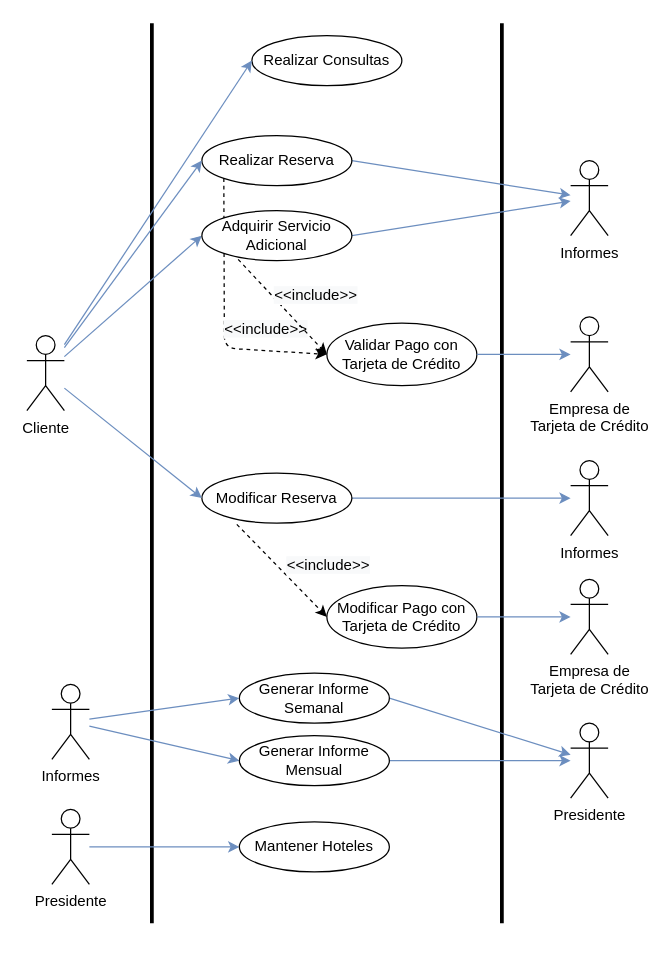
Above: TP2/diagramas/casos de uso/diag.drawio in mauro7x/aninfo (draw.io), before the change. Source tidied: cells renumbered, new cells numbered last; positions are measured from the earlier drawing's top-left corner, leaving out a move shared by most shapes. Both pictures are drawn from the tidied source at 125%, with x=0, y=0 at pixel (26, 22).
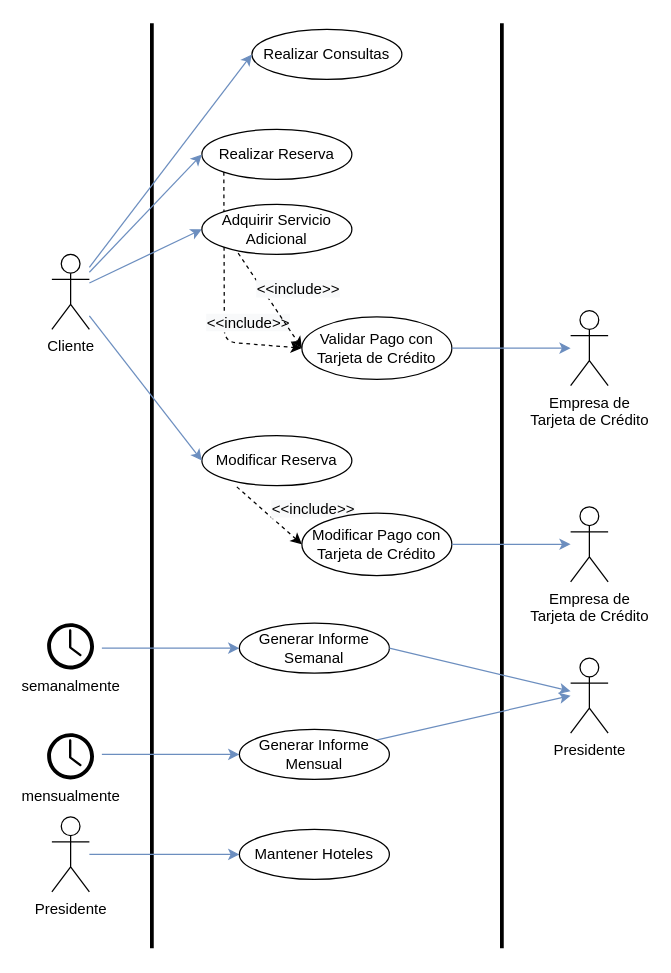
After the change.

Change to the diagram source:
```diff
@@
     <mxCell id="2" style="endArrow=none;html=1;strokeWidth=3;" parent="1" edge="1">
       <mxGeometry relative="1" as="geometry">
-        <mxPoint x="100" y="720" as="sourcePoint" />
+        <mxPoint x="100" y="740" as="sourcePoint" />
         <mxPoint x="100" as="targetPoint" />
       </mxGeometry>
     </mxCell>
     <mxCell id="3" style="endArrow=none;html=1;strokeWidth=3;" parent="1" edge="1">
       <mxGeometry relative="1" as="geometry">
-        <mxPoint x="380" y="720" as="sourcePoint" />
+        <mxPoint x="380" y="740" as="sourcePoint" />
         <mxPoint x="380" as="targetPoint" />
       </mxGeometry>
     </mxCell>
@@
     <mxCell id="5" value="Cliente" style="shape=umlActor;verticalLabelPosition=bottom;verticalAlign=top;html=1;outlineConnect=0;" parent="1" vertex="1">
-      <mxGeometry y="250" width="30" height="60" as="geometry" />
+      <mxGeometry x="20" y="185" width="30" height="60" as="geometry" />
     </mxCell>
     <mxCell id="6" value="Realizar Consultas" style="ellipse;whiteSpace=wrap;html=1;strokeWidth=1;fontSize=12;" parent="1" vertex="1">
-      <mxGeometry x="180" y="10" width="120" height="40" as="geometry" />
+      <mxGeometry x="180" y="5" width="120" height="40" as="geometry" />
     </mxCell>
@@
-    <mxCell id="8" style="edgeStyle=none;jettySize=auto;html=1;exitX=1;exitY=0.5;exitDx=0;exitDy=0;strokeColor=#6c8ebf;strokeWidth=1;fillColor=#dae8fc;fontSize=14;" parent="1" edge="1" source="9" target="21">
-      <mxGeometry relative="1" as="geometry" />
-    </mxCell>
     <mxCell id="9" value="Realizar Reserva" style="ellipse;whiteSpace=wrap;html=1;strokeWidth=1;fontSize=12;" parent="1" vertex="1">
-      <mxGeometry x="140" y="90" width="120" height="40" as="geometry" />
+      <mxGeometry x="140" y="85" width="120" height="40" as="geometry" />
     </mxCell>
@@
-    <mxCell id="11" style="edgeStyle=none;jettySize=auto;html=1;exitX=1;exitY=0.5;exitDx=0;exitDy=0;strokeColor=#6c8ebf;strokeWidth=1;fillColor=#dae8fc;fontSize=14;" parent="1" edge="1" source="12" target="32">
-      <mxGeometry relative="1" as="geometry" />
-    </mxCell>
     <mxCell id="12" value="Modificar Reserva" style="ellipse;whiteSpace=wrap;html=1;strokeWidth=1;fontSize=12;" parent="1" vertex="1">
-      <mxGeometry x="140" y="360" width="120" height="40" as="geometry" />
+      <mxGeometry x="140" y="330" width="120" height="40" as="geometry" />
     </mxCell>
@@
     <mxCell id="14" value="Validar Pago con Tarjeta de Crédito" style="ellipse;whiteSpace=wrap;html=1;strokeWidth=1;fontSize=12;" parent="1" vertex="1">
-      <mxGeometry x="240" y="240" width="120" height="50" as="geometry" />
+      <mxGeometry x="220" y="235" width="120" height="50" as="geometry" />
     </mxCell>
     <mxCell id="15" value="Empresa de&lt;br&gt;Tarjeta de Crédito" style="shape=umlActor;verticalLabelPosition=bottom;verticalAlign=top;html=1;outlineConnect=0;" parent="1" vertex="1">
-      <mxGeometry x="435" y="445" width="30" height="60" as="geometry" />
+      <mxGeometry x="435" y="386.9" width="30" height="60" as="geometry" />
     </mxCell>
     <mxCell id="16" style="endArrow=classic;html=1;exitX=0;exitY=1;exitDx=0;exitDy=0;entryX=0;entryY=0.5;entryDx=0;entryDy=0;dashed=1;" parent="1" edge="1" source="9" target="14">
       <mxGeometry relative="1" as="geometry">
         <Array as="points">
-          <mxPoint x="158" y="260" />
+          <mxPoint x="158" y="255" />
         </Array>
       </mxGeometry>
     </mxCell>
@@
-    <mxCell id="19" style="edgeStyle=none;jettySize=auto;html=1;exitX=1;exitY=0.5;exitDx=0;exitDy=0;strokeColor=#6c8ebf;strokeWidth=1;fillColor=#dae8fc;fontSize=14;" parent="1" edge="1" source="20" target="21">
-      <mxGeometry relative="1" as="geometry" />
-    </mxCell>
     <mxCell id="20" value="Adquirir Servicio&lt;br&gt;Adicional" style="ellipse;whiteSpace=wrap;html=1;strokeWidth=1;fontSize=12;" parent="1" vertex="1">
-      <mxGeometry x="140" y="150" width="120" height="40" as="geometry" />
+      <mxGeometry x="140" y="145" width="120" height="40" as="geometry" />
     </mxCell>
-    <mxCell id="21" value="Informes" style="shape=umlActor;verticalLabelPosition=bottom;verticalAlign=top;html=1;outlineConnect=0;" parent="1" vertex="1">
-      <mxGeometry x="435" y="110" width="30" height="60" as="geometry" />
-    </mxCell>
-    <mxCell id="22" value="Presidente" style="shape=umlActor;verticalLabelPosition=bottom;verticalAlign=top;html=1;outlineConnect=0;" parent="1" vertex="1">
-      <mxGeometry x="435" y="560" width="30" height="60" as="geometry" />
-    </mxCell>
-    <mxCell id="23" style="edgeStyle=none;jettySize=auto;html=1;strokeColor=#6c8ebf;strokeWidth=1;fillColor=#dae8fc;fontSize=14;entryX=0;entryY=0.5;entryDx=0;entryDy=0;" parent="1" edge="1" source="33" target="25">
-      <mxGeometry relative="1" as="geometry" />
+    <mxCell id="23" style="edgeStyle=none;jettySize=auto;html=1;strokeColor=#6c8ebf;strokeWidth=1;fillColor=#dae8fc;fontSize=14;entryX=0;entryY=0.5;entryDx=0;entryDy=0;" parent="1" edge="1" target="25">
+      <mxGeometry relative="1" as="geometry">
+        <mxPoint x="60" y="585" as="sourcePoint" />
+      </mxGeometry>
     </mxCell>
-    <mxCell id="24" style="edgeStyle=none;jettySize=auto;html=1;exitX=1;exitY=0.5;exitDx=0;exitDy=0;strokeColor=#6c8ebf;strokeWidth=1;fillColor=#dae8fc;fontSize=14;" parent="1" edge="1" source="25" target="22">
+    <mxCell id="24" style="edgeStyle=none;jettySize=auto;html=1;strokeColor=#6c8ebf;strokeWidth=1;fillColor=#dae8fc;fontSize=14;entryX=0;entryY=0.5;entryDx=0;entryDy=0;" parent="1" edge="1" source="25" target="22">
       <mxGeometry relative="1" as="geometry" />
     </mxCell>
     <mxCell id="25" value="Generar Informe&lt;br&gt;Mensual" style="ellipse;whiteSpace=wrap;html=1;strokeWidth=1;fontSize=12;" parent="1" vertex="1">
-      <mxGeometry x="170" y="570" width="120" height="40" as="geometry" />
+      <mxGeometry x="170" y="565" width="120" height="40" as="geometry" />
     </mxCell>
-    <mxCell id="26" style="edgeStyle=none;jettySize=auto;html=1;entryX=0;entryY=0.5;entryDx=0;entryDy=0;strokeColor=#6c8ebf;strokeWidth=1;fillColor=#dae8fc;fontSize=14;" parent="1" edge="1" source="33" target="28">
-      <mxGeometry relative="1" as="geometry" />
+    <mxCell id="26" style="edgeStyle=none;jettySize=auto;html=1;entryX=0;entryY=0.5;entryDx=0;entryDy=0;strokeColor=#6c8ebf;strokeWidth=1;fillColor=#dae8fc;fontSize=14;" parent="1" edge="1" target="28">
+      <mxGeometry relative="1" as="geometry">
+        <mxPoint x="60" y="500" as="sourcePoint" />
+      </mxGeometry>
     </mxCell>
-    <mxCell id="27" style="edgeStyle=none;jettySize=auto;html=1;exitX=1;exitY=0.5;exitDx=0;exitDy=0;strokeColor=#6c8ebf;strokeWidth=1;fillColor=#dae8fc;fontSize=14;" parent="1" edge="1" source="28" target="22">
-      <mxGeometry relative="1" as="geometry" />
-    </mxCell>
     <mxCell id="28" value="Generar Informe&lt;br&gt;Semanal" style="ellipse;whiteSpace=wrap;html=1;strokeWidth=1;fontSize=12;" parent="1" vertex="1">
-      <mxGeometry x="170" y="520" width="120" height="40" as="geometry" />
+      <mxGeometry x="170" y="480" width="120" height="40" as="geometry" />
     </mxCell>
@@
     <mxCell id="30" value="Presidente" style="shape=umlActor;verticalLabelPosition=bottom;verticalAlign=top;html=1;outlineConnect=0;" parent="1" vertex="1">
-      <mxGeometry x="20" y="629" width="30" height="60" as="geometry" />
+      <mxGeometry x="20" y="635" width="30" height="60" as="geometry" />
     </mxCell>
     <mxCell id="31" value="Mantener Hoteles" style="ellipse;whiteSpace=wrap;html=1;strokeWidth=1;fontSize=12;" parent="1" vertex="1">
-      <mxGeometry x="170" y="639" width="120" height="40" as="geometry" />
+      <mxGeometry x="170" y="645" width="120" height="40" as="geometry" />
     </mxCell>
-    <mxCell id="32" value="Informes" style="shape=umlActor;verticalLabelPosition=bottom;verticalAlign=top;html=1;outlineConnect=0;" parent="1" vertex="1">
-      <mxGeometry x="435" y="350" width="30" height="60" as="geometry" />
-    </mxCell>
-    <mxCell id="33" value="Informes" style="shape=umlActor;verticalLabelPosition=bottom;verticalAlign=top;html=1;outlineConnect=0;" parent="1" vertex="1">
-      <mxGeometry x="20" y="529" width="30" height="60" as="geometry" />
-    </mxCell>
@@
     <mxCell id="36" value="Modificar Pago con Tarjeta de Crédito" style="ellipse;whiteSpace=wrap;html=1;strokeWidth=1;fontSize=12;" parent="1" vertex="1">
-      <mxGeometry x="240" y="450" width="120" height="50" as="geometry" />
+      <mxGeometry x="220" y="391.9" width="120" height="50" as="geometry" />
     </mxCell>
@@
     <mxCell id="40" value="Empresa de&lt;br&gt;Tarjeta de Crédito" style="shape=umlActor;verticalLabelPosition=bottom;verticalAlign=top;html=1;outlineConnect=0;" parent="1" vertex="1">
-      <mxGeometry x="435" y="235" width="30" height="60" as="geometry" />
+      <mxGeometry x="435" y="230" width="30" height="60" as="geometry" />
     </mxCell>
-    <mxCell id="41" style="edgeStyle=none;orthogonalLoop=1;jettySize=auto;html=1;exitX=0.5;exitY=0;exitDx=0;exitDy=0;exitPerimeter=0;strokeColor=#6c8ebf;strokeWidth=1;fillColor=#dae8fc;fontSize=14;" parent="1" edge="1" source="32" target="32">
-      <mxGeometry relative="1" as="geometry" />
-    </mxCell>
+    <mxCell id="42" value="mensualmente" style="shadow=0;dashed=0;html=1;strokeColor=none;fillColor=#000000;labelPosition=center;verticalLabelPosition=bottom;verticalAlign=top;align=center;shape=mxgraph.office.concepts.clock;" parent="1" vertex="1">
+      <mxGeometry x="16.2" y="568" width="37.5" height="37" as="geometry" />
+    </mxCell>
+    <mxCell id="22" value="Presidente" style="shape=umlActor;verticalLabelPosition=bottom;verticalAlign=top;html=1;outlineConnect=0;" parent="1" vertex="1">
+      <mxGeometry x="435" y="508" width="30" height="60" as="geometry" />
+    </mxCell>
+    <mxCell id="27" style="edgeStyle=none;jettySize=auto;html=1;strokeColor=#6c8ebf;strokeWidth=1;fillColor=#dae8fc;fontSize=14;exitX=1;exitY=0.5;exitDx=0;exitDy=0;" parent="1" edge="1" source="28" target="22">
+      <mxGeometry relative="1" as="geometry" />
+    </mxCell>
+    <mxCell id="43" value="semanalmente" style="shadow=0;dashed=0;html=1;strokeColor=none;fillColor=#000000;labelPosition=center;verticalLabelPosition=bottom;verticalAlign=top;align=center;shape=mxgraph.office.concepts.clock;" parent="1" vertex="1">
+      <mxGeometry x="16.2" y="480" width="37.5" height="37" as="geometry" />
+    </mxCell>
```
